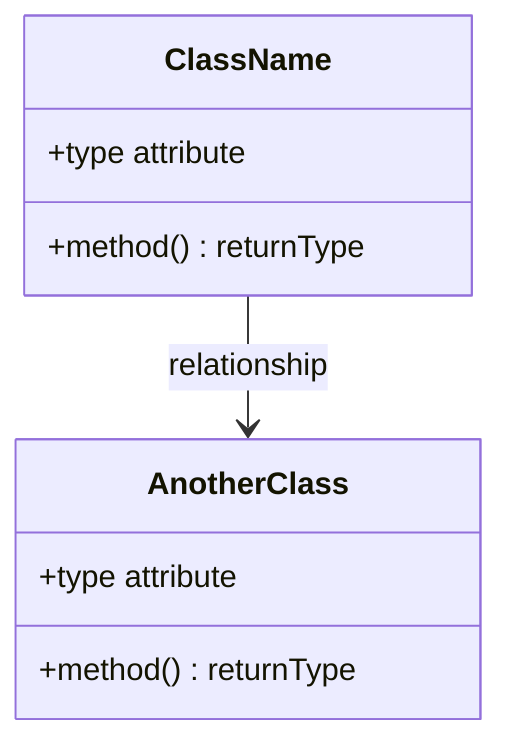
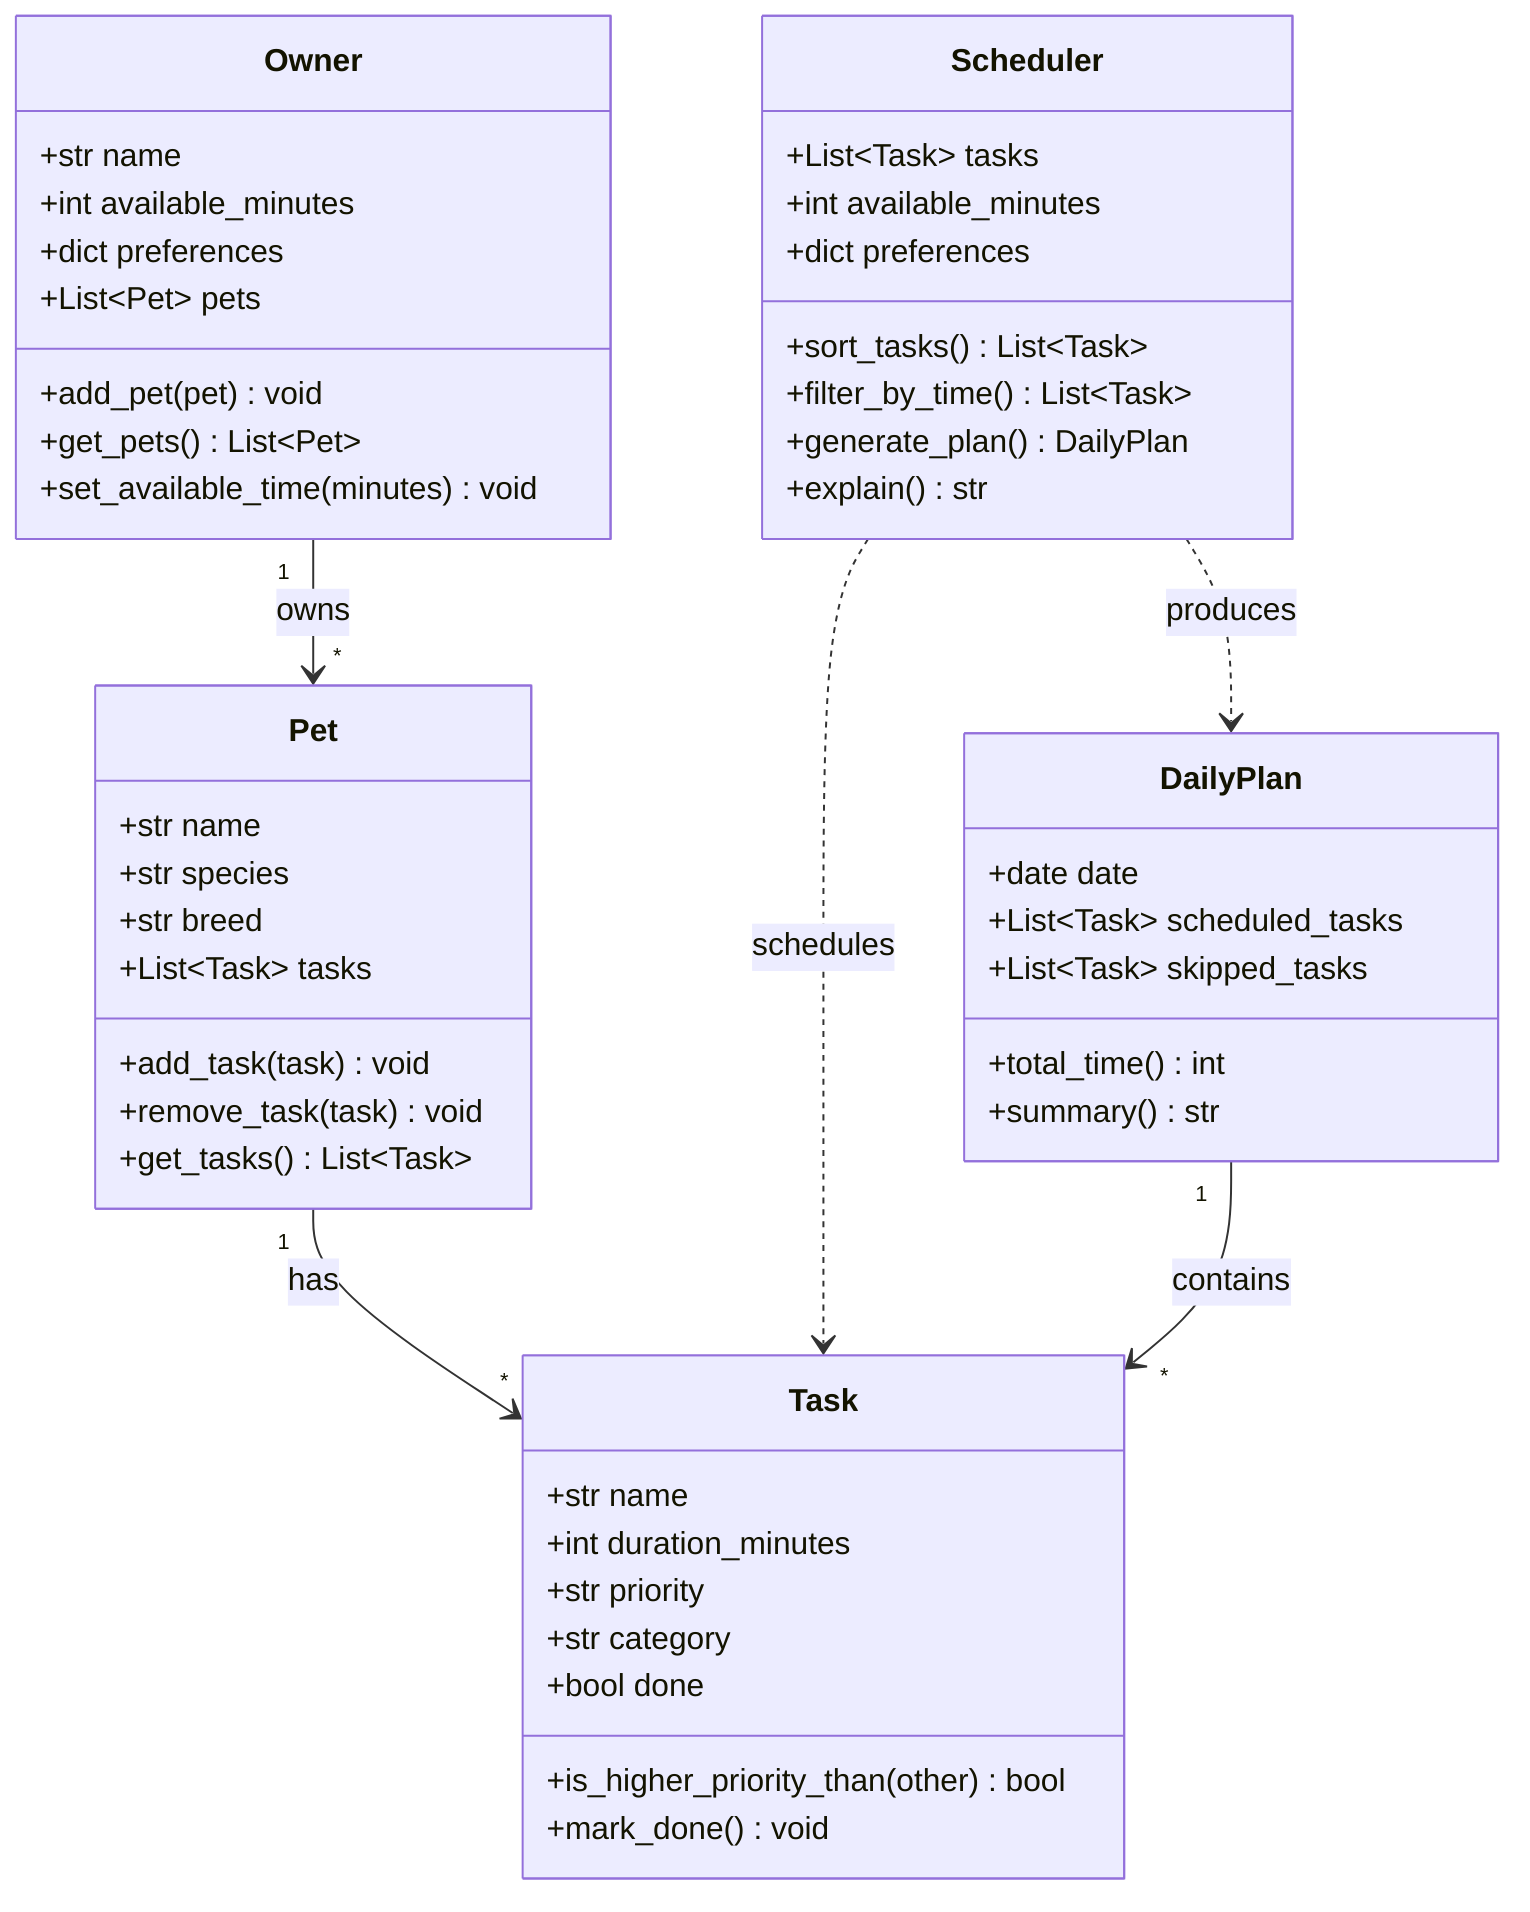
classDiagram
-     %% Replace the placeholders below with your actual classes, attributes, methods, and relationships.
-     %% Keep this file updated so it matches your final implementation.
+     %% PawPal+ class diagram — keep updated so it matches the final implementation.

-     class ClassName {
-         +type attribute
-         +method() returnType
+     class Owner {
+         +str name
+         +int available_minutes
+         +dict preferences
+         +List~Pet~ pets
+         +add_pet(pet) void
+         +get_pets() List~Pet~
+         +set_available_time(minutes) void
    }

-     class AnotherClass {
-         +type attribute
-         +method() returnType
+     class Pet {
+         +str name
+         +str species
+         +str breed
+         +List~Task~ tasks
+         +add_task(task) void
+         +remove_task(task) void
+         +get_tasks() List~Task~
    }

-     ClassName --> AnotherClass : relationship
+     class Task {
+         +str name
+         +int duration_minutes
+         +str priority
+         +str category
+         +bool done
+         +is_higher_priority_than(other) bool
+         +mark_done() void
+     }
+ 
+     class Scheduler {
+         +List~Task~ tasks
+         +int available_minutes
+         +dict preferences
+         +sort_tasks() List~Task~
+         +filter_by_time() List~Task~
+         +generate_plan() DailyPlan
+         +explain() str
+     }
+ 
+     class DailyPlan {
+         +date date
+         +List~Task~ scheduled_tasks
+         +List~Task~ skipped_tasks
+         +total_time() int
+         +summary() str
+     }
+ 
+     Owner "1" --> "*" Pet : owns
+     Pet "1" --> "*" Task : has
+     Scheduler ..> Task : schedules
+     Scheduler ..> DailyPlan : produces
+     DailyPlan "1" --> "*" Task : contains
